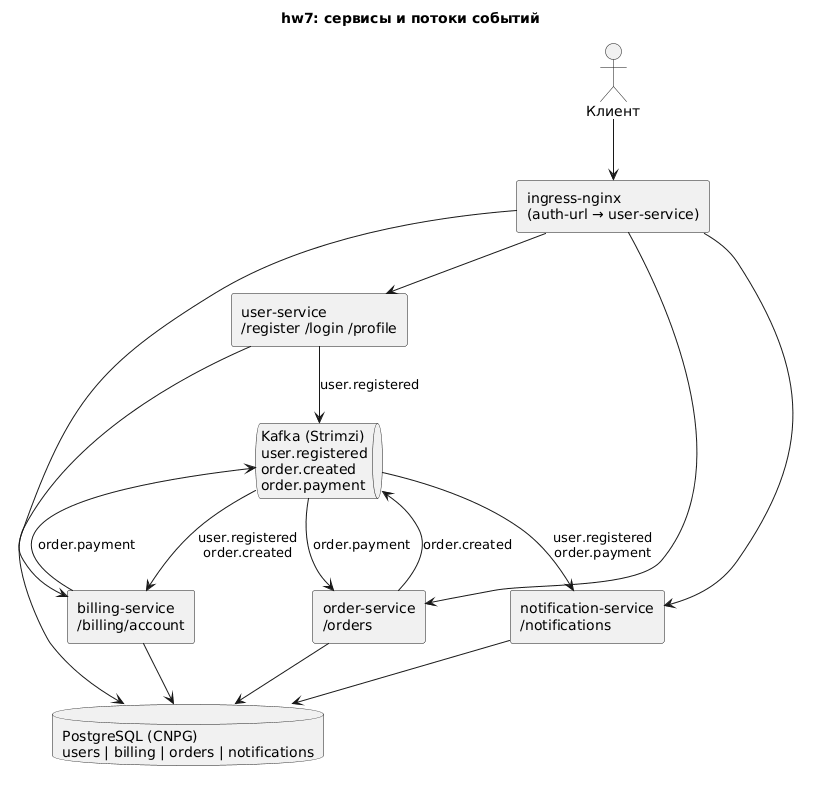
This is hw7-stream-processing/docs/architecture.png from BoldyrevMichael/microservice-architecture-my-homework, a PlantUML export, as it was before one commit.
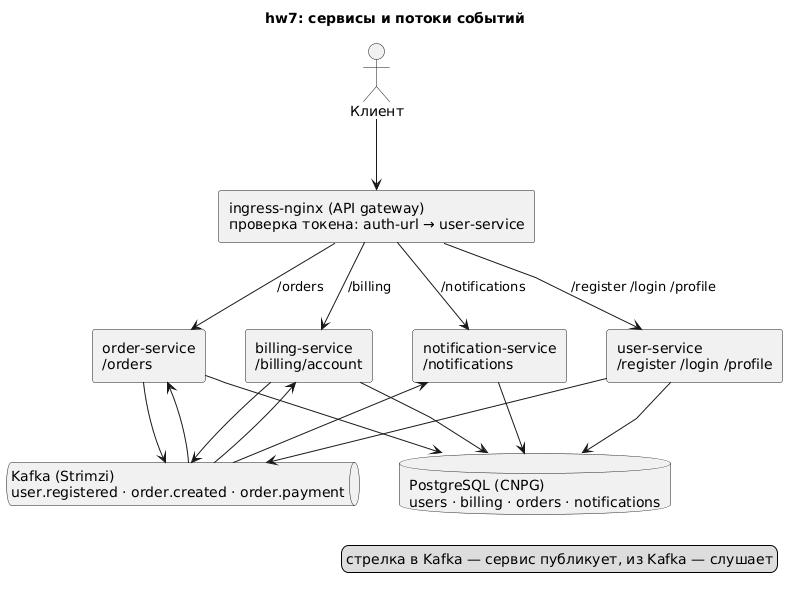
Above is the later version.

What changed in the source:
```diff
@@ -1,27 +1,38 @@
 @startuml
 title hw7: сервисы и потоки событий
 skinparam componentStyle rectangle
-actor Клиент
-rectangle "ingress-nginx\n(auth-url → user-service)" as gw
+skinparam linetype polyline
+skinparam nodesep 40
+skinparam ranksep 70
+actor Клиент as client
+rectangle "ingress-nginx (API gateway)\nпроверка токена: auth-url → user-service" as gw
 rectangle "user-service\n/register /login /profile" as u
 rectangle "billing-service\n/billing/account" as b
 rectangle "order-service\n/orders" as o
 rectangle "notification-service\n/notifications" as n
-queue "Kafka (Strimzi)\nuser.registered\norder.created\norder.payment" as k
-database "PostgreSQL (CNPG)\nusers | billing | orders | notifications" as db
-Клиент --> gw
-gw --> u
-gw --> b
-gw --> o
-gw --> n
-u --> k : user.registered
-o --> k : order.created
-b --> k : order.payment
-k --> b : user.registered\norder.created
-k --> o : order.payment
-k --> n : user.registered\norder.payment
-u --> db
-b --> db
-o --> db
-n --> db
+queue "Kafka (Strimzi)\nuser.registered · order.created · order.payment" as k
+database "PostgreSQL (CNPG)\nusers · billing · orders · notifications" as db
+
+client -down-> gw
+gw -down-> u : /register /login /profile
+gw -down-> b : /billing
+gw -down-> o : /orders
+gw -down-> n : /notifications
+
+k -[hidden]right-> db
+
+u -down-> k
+o -down-> k
+b -down-> k
+k -up-> b
+k -up-> o
+k -up-> n
+
+u -down-> db
+b -down-> db
+o -down-> db
+n -down-> db
+legend right
+стрелка в Kafka — сервис публикует, из Kafka — слушает
+endlegend
 @enduml
```
